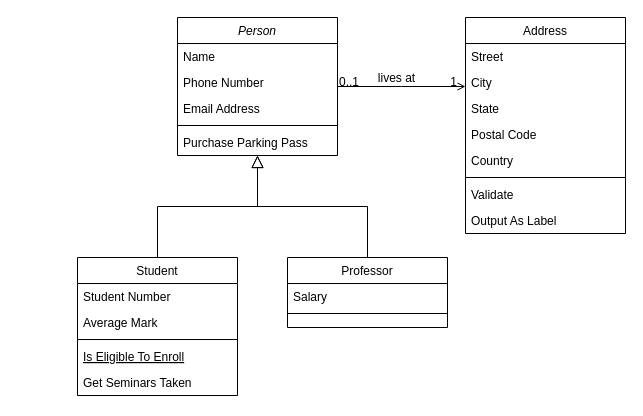
Above: 未命名绘图.drawio in tanya1019333/hyperautomation (draw.io), before the change. Source tidied: cells renumbered, new cells numbered last; positions are measured from the earlier drawing's top-left corner, leaving out a move shared by most shapes. Both pictures are drawn from the tidied source at 100%, with x=0, y=0 at pixel (77, 17).
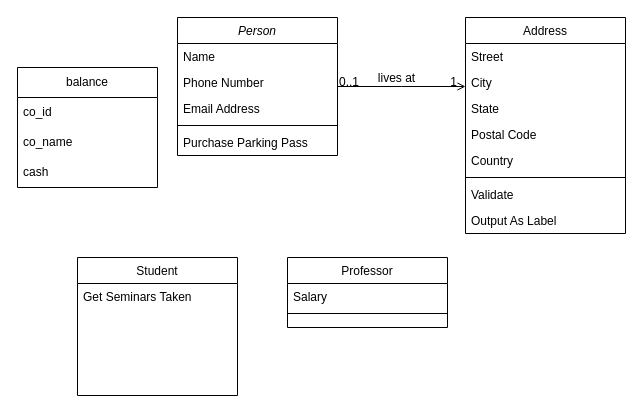
The same page after the edit.

Unchanged cells that the change refers to:
```xml
<mxCell id="2" value="Person" style="swimlane;fontStyle=2;align=center;verticalAlign=top;horizontal=1;startSize=26;rounded=0;shadow=0;strokeWidth=1;" parent="1" vertex="1">
  <mxGeometry x="100" width="160" height="138" as="geometry" />
</mxCell>
<mxCell id="8" value="Student" style="swimlane;fontStyle=0;align=center;verticalAlign=top;horizontal=1;startSize=26;rounded=0;shadow=0;strokeWidth=1;" parent="1" vertex="1">
  <mxGeometry y="240" width="160" height="138" as="geometry" />
</mxCell>
<mxCell id="15" value="Professor" style="swimlane;fontStyle=0;align=center;verticalAlign=top;horizontal=1;startSize=26;rounded=0;shadow=0;strokeWidth=1;" parent="1" vertex="1">
  <mxGeometry x="210" y="240" width="160" height="70" as="geometry" />
</mxCell>
```

Change to the diagram source:
```diff
@@
-    <mxCell id="9" value="Student Number" style="text;align=left;verticalAlign=top;spacingLeft=4;spacingRight=4;overflow=hidden;" parent="8" vertex="1">
-      <mxGeometry y="26" width="160" height="26" as="geometry" />
-    </mxCell>
-    <mxCell id="10" value="Average Mark" style="text;align=left;verticalAlign=top;spacingLeft=4;spacingRight=4;overflow=hidden;rounded=0;shadow=0;html=0;" parent="8" vertex="1">
-      <mxGeometry y="52" width="160" height="26" as="geometry" />
-    </mxCell>
-    <mxCell id="11" style="line;html=1;strokeWidth=1;align=left;verticalAlign=middle;spacingTop=-1;spacingLeft=3;spacingRight=3;labelPosition=right;" parent="8" vertex="1">
-      <mxGeometry y="78" width="160" height="8" as="geometry" />
-    </mxCell>
-    <mxCell id="12" value="Is Eligible To Enroll" style="text;align=left;verticalAlign=top;spacingLeft=4;spacingRight=4;overflow=hidden;fontStyle=4;" parent="8" vertex="1">
-      <mxGeometry y="86" width="160" height="26" as="geometry" />
-    </mxCell>
     <mxCell id="13" value="Get Seminars Taken" style="text;align=left;verticalAlign=top;spacingLeft=4;spacingRight=4;overflow=hidden;" parent="8" vertex="1">
-      <mxGeometry y="112" width="160" height="26" as="geometry" />
+      <mxGeometry y="26" width="160" height="26" as="geometry" />
     </mxCell>
-    <mxCell id="14" style="endArrow=block;endSize=10;endFill=0;shadow=0;strokeWidth=1;rounded=0;edgeStyle=elbowEdgeStyle;elbow=vertical;" parent="1" edge="1" source="8" target="2">
-      <mxGeometry relative="1" as="geometry" />
-    </mxCell>
@@
-    <mxCell id="18" style="endArrow=block;endSize=10;endFill=0;shadow=0;strokeWidth=1;rounded=0;edgeStyle=elbowEdgeStyle;elbow=vertical;" parent="1" edge="1" source="15" target="2">
-      <mxGeometry relative="1" as="geometry" />
-    </mxCell>
@@
+    <mxCell id="32" value="balance" style="swimlane;fontStyle=0;horizontal=1;startSize=30;whiteSpace=wrap;html=1;" parent="1" vertex="1">
+      <mxGeometry x="-60" y="50" width="140" height="120" as="geometry" />
+    </mxCell>
+    <mxCell id="33" value="co_id" style="text;strokeColor=none;fillColor=none;align=left;verticalAlign=middle;spacingLeft=4;spacingRight=4;overflow=hidden;whiteSpace=wrap;html=1;" parent="32" vertex="1">
+      <mxGeometry y="30" width="140" height="30" as="geometry" />
+    </mxCell>
+    <mxCell id="34" value="co_name" style="text;strokeColor=none;fillColor=none;align=left;verticalAlign=middle;spacingLeft=4;spacingRight=4;overflow=hidden;whiteSpace=wrap;html=1;" parent="32" vertex="1">
+      <mxGeometry y="60" width="140" height="30" as="geometry" />
+    </mxCell>
+    <mxCell id="35" value="cash" style="text;strokeColor=none;fillColor=none;align=left;verticalAlign=middle;spacingLeft=4;spacingRight=4;overflow=hidden;whiteSpace=wrap;html=1;" parent="32" vertex="1">
+      <mxGeometry y="90" width="140" height="30" as="geometry" />
+    </mxCell>
```
